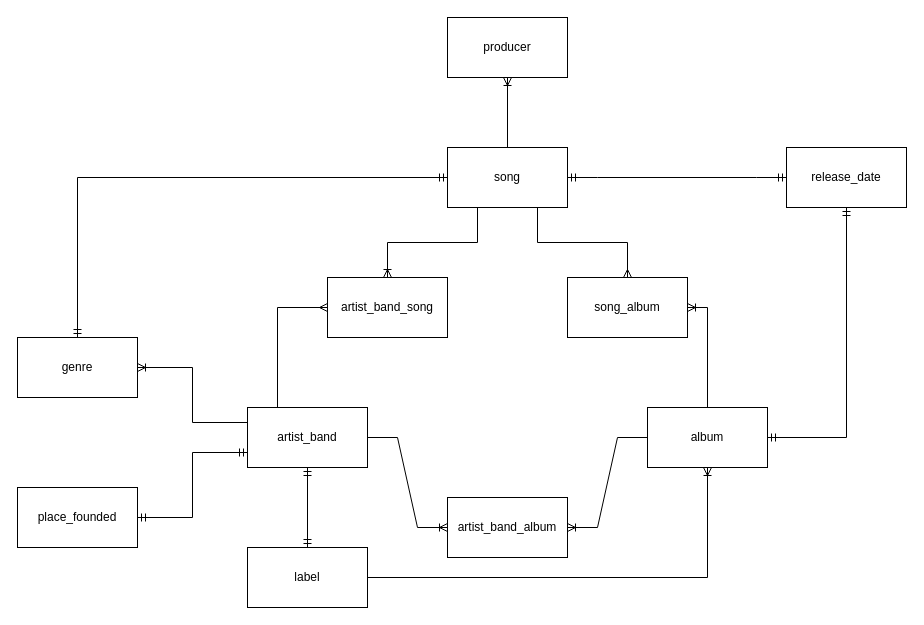
The draw.io diagram model_abstract.drawio in vitorjurj/examen_sem1_db, before the edit. Source tidied: cells renumbered, new cells numbered last; positions are measured from the earlier drawing's top-left corner, leaving out a move shared by most shapes. Both pictures are drawn from the tidied source at 100%, with x=0, y=0 at pixel (17, 17).
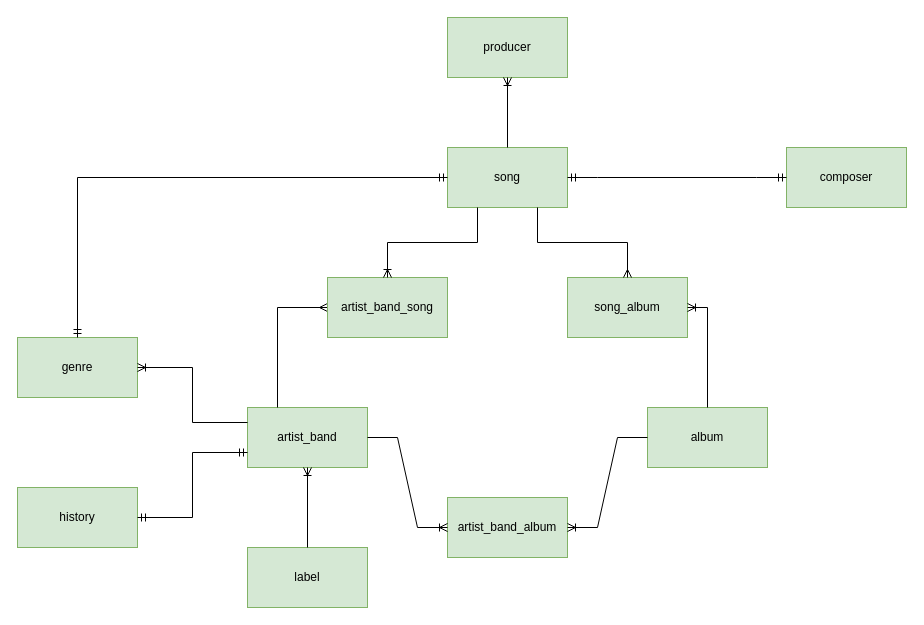
Above is the later version.

Diff of the diagram source:
```diff
@@
-    <mxCell id="2" value="artist_band" style="rounded=0;whiteSpace=wrap;html=1;" parent="1" vertex="1">
+    <mxCell id="2" value="artist_band" style="rounded=0;whiteSpace=wrap;html=1;fillColor=#d5e8d4;strokeColor=#82b366;" parent="1" vertex="1">
       <mxGeometry x="230" y="390" width="120" height="60" as="geometry" />
     </mxCell>
-    <mxCell id="3" value="artist_band_album" style="rounded=0;whiteSpace=wrap;html=1;" parent="1" vertex="1">
+    <mxCell id="3" value="artist_band_album" style="rounded=0;whiteSpace=wrap;html=1;fillColor=#d5e8d4;strokeColor=#82b366;" parent="1" vertex="1">
       <mxGeometry x="430" y="480" width="120" height="60" as="geometry" />
     </mxCell>
-    <mxCell id="4" value="producer" style="rounded=0;whiteSpace=wrap;html=1;" parent="1" vertex="1">
+    <mxCell id="4" value="producer" style="rounded=0;whiteSpace=wrap;html=1;fillColor=#d5e8d4;strokeColor=#82b366;" parent="1" vertex="1">
       <mxGeometry x="430" width="120" height="60" as="geometry" />
     </mxCell>
-    <mxCell id="5" value="song" style="rounded=0;whiteSpace=wrap;html=1;" parent="1" vertex="1">
+    <mxCell id="5" value="song" style="rounded=0;whiteSpace=wrap;html=1;fillColor=#d5e8d4;strokeColor=#82b366;" parent="1" vertex="1">
       <mxGeometry x="430" y="130" width="120" height="60" as="geometry" />
     </mxCell>
-    <mxCell id="6" value="genre" style="rounded=0;whiteSpace=wrap;html=1;" parent="1" vertex="1">
+    <mxCell id="6" value="genre" style="rounded=0;whiteSpace=wrap;html=1;fillColor=#d5e8d4;strokeColor=#82b366;" parent="1" vertex="1">
       <mxGeometry y="320" width="120" height="60" as="geometry" />
     </mxCell>
-    <mxCell id="7" value="label" style="rounded=0;whiteSpace=wrap;html=1;" parent="1" vertex="1">
+    <mxCell id="7" value="label" style="rounded=0;whiteSpace=wrap;html=1;fillColor=#d5e8d4;strokeColor=#82b366;" parent="1" vertex="1">
       <mxGeometry x="230" y="530" width="120" height="60" as="geometry" />
     </mxCell>
-    <mxCell id="8" value="release_date" style="rounded=0;whiteSpace=wrap;html=1;" parent="1" vertex="1">
+    <mxCell id="8" value="composer" style="rounded=0;whiteSpace=wrap;html=1;fillColor=#d5e8d4;strokeColor=#82b366;" parent="1" vertex="1">
       <mxGeometry x="769" y="130" width="120" height="60" as="geometry" />
     </mxCell>
-    <mxCell id="9" value="place_founded" style="rounded=0;whiteSpace=wrap;html=1;" parent="1" vertex="1">
+    <mxCell id="9" value="history" style="rounded=0;whiteSpace=wrap;html=1;fillColor=#d5e8d4;strokeColor=#82b366;" parent="1" vertex="1">
       <mxGeometry y="470" width="120" height="60" as="geometry" />
     </mxCell>
@@
-    <mxCell id="11" value="album" style="rounded=0;whiteSpace=wrap;html=1;" parent="1" vertex="1">
+    <mxCell id="11" value="album" style="rounded=0;whiteSpace=wrap;html=1;fillColor=#d5e8d4;strokeColor=#82b366;" parent="1" vertex="1">
       <mxGeometry x="630" y="390" width="120" height="60" as="geometry" />
     </mxCell>
@@
-    <mxCell id="14" value="artist_band_song" style="rounded=0;whiteSpace=wrap;html=1;" parent="1" vertex="1">
+    <mxCell id="14" value="artist_band_song" style="rounded=0;whiteSpace=wrap;html=1;fillColor=#d5e8d4;strokeColor=#82b366;" parent="1" vertex="1">
       <mxGeometry x="310" y="260" width="120" height="60" as="geometry" />
     </mxCell>
-    <mxCell id="15" value="song_album" style="rounded=0;whiteSpace=wrap;html=1;" parent="1" vertex="1">
+    <mxCell id="15" value="song_album" style="rounded=0;whiteSpace=wrap;html=1;fillColor=#d5e8d4;strokeColor=#82b366;" parent="1" vertex="1">
       <mxGeometry x="550" y="260" width="120" height="60" as="geometry" />
     </mxCell>
@@
-    <mxCell id="21" style="edgeStyle=orthogonalEdgeStyle;fontSize=12;html=1;endArrow=ERmandOne;startArrow=ERmandOne;rounded=0;exitX=0.5;exitY=0;exitDx=0;exitDy=0;entryX=0.5;entryY=1;entryDx=0;entryDy=0;" parent="1" edge="1" source="7" target="2">
-      <mxGeometry relative="1" as="geometry" />
-    </mxCell>
-    <mxCell id="22" style="edgeStyle=orthogonalEdgeStyle;fontSize=12;html=1;endArrow=ERmandOne;startArrow=ERmandOne;rounded=0;entryX=0.5;entryY=1;entryDx=0;entryDy=0;exitX=1;exitY=0.5;exitDx=0;exitDy=0;" parent="1" edge="1" source="11" target="8">
-      <mxGeometry relative="1" as="geometry" />
-    </mxCell>
@@
-    <mxCell id="26" style="edgeStyle=orthogonalEdgeStyle;fontSize=12;html=1;endArrow=ERoneToMany;rounded=0;exitX=1;exitY=0.5;exitDx=0;exitDy=0;entryX=0.5;entryY=1;entryDx=0;entryDy=0;" parent="1" edge="1" source="7" target="11">
-      <mxGeometry relative="1" as="geometry" />
-    </mxCell>
+    <mxCell id="21" style="edgeStyle=orthogonalEdgeStyle;fontSize=12;html=1;endArrow=ERoneToMany;rounded=0;exitX=0.5;exitY=0;exitDx=0;exitDy=0;entryX=0.5;entryY=1;entryDx=0;entryDy=0;" parent="1" edge="1" source="7" target="2">
+      <mxGeometry relative="1" as="geometry" />
+    </mxCell>
```
